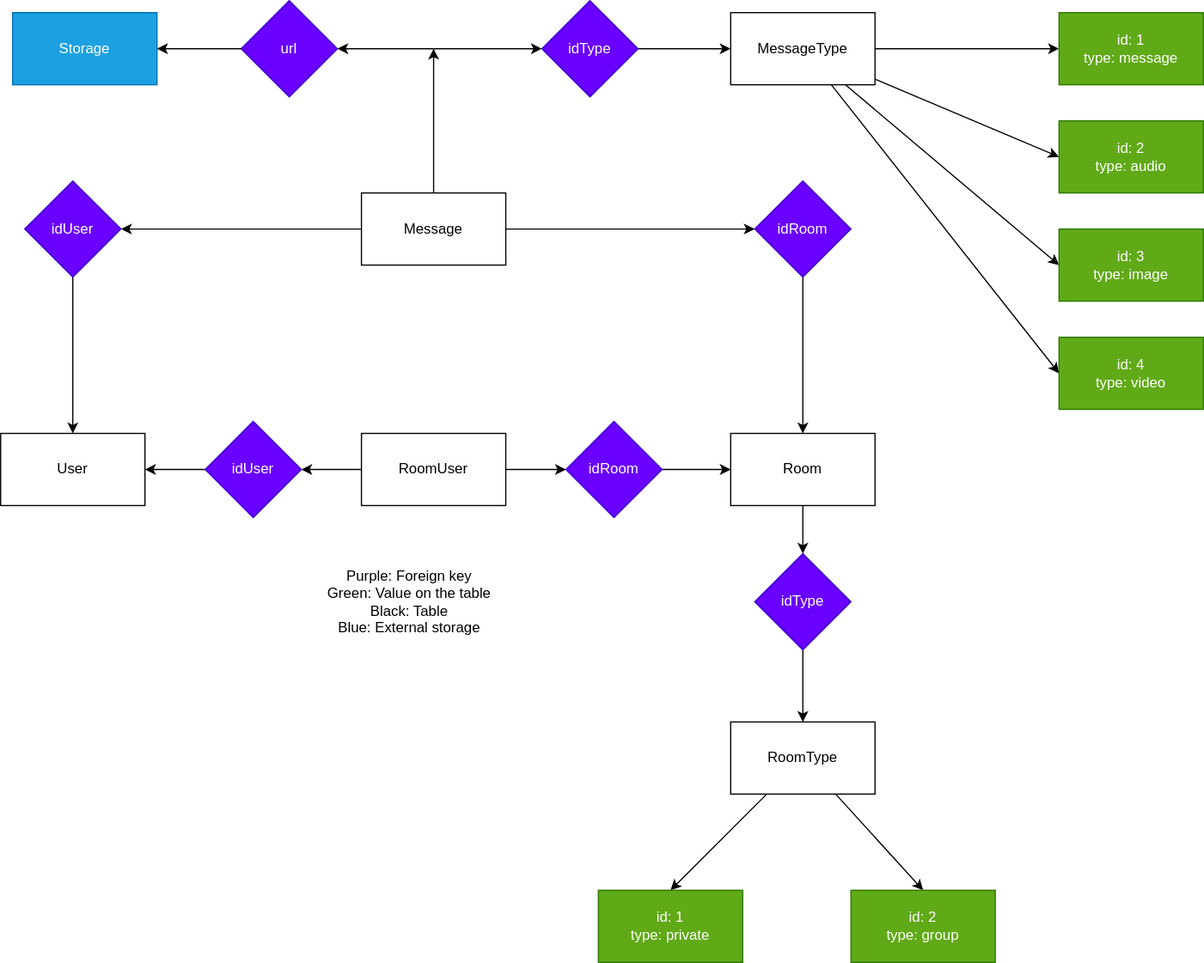
Estikno/KyodoBackend keeps this draw.io diagram as dbDiagram.drawio.svg. Above is the earlier version. Source tidied: cells renumbered, new cells last; positions are measured from the earlier drawing's top-left corner, leaving out a move shared by most shapes.
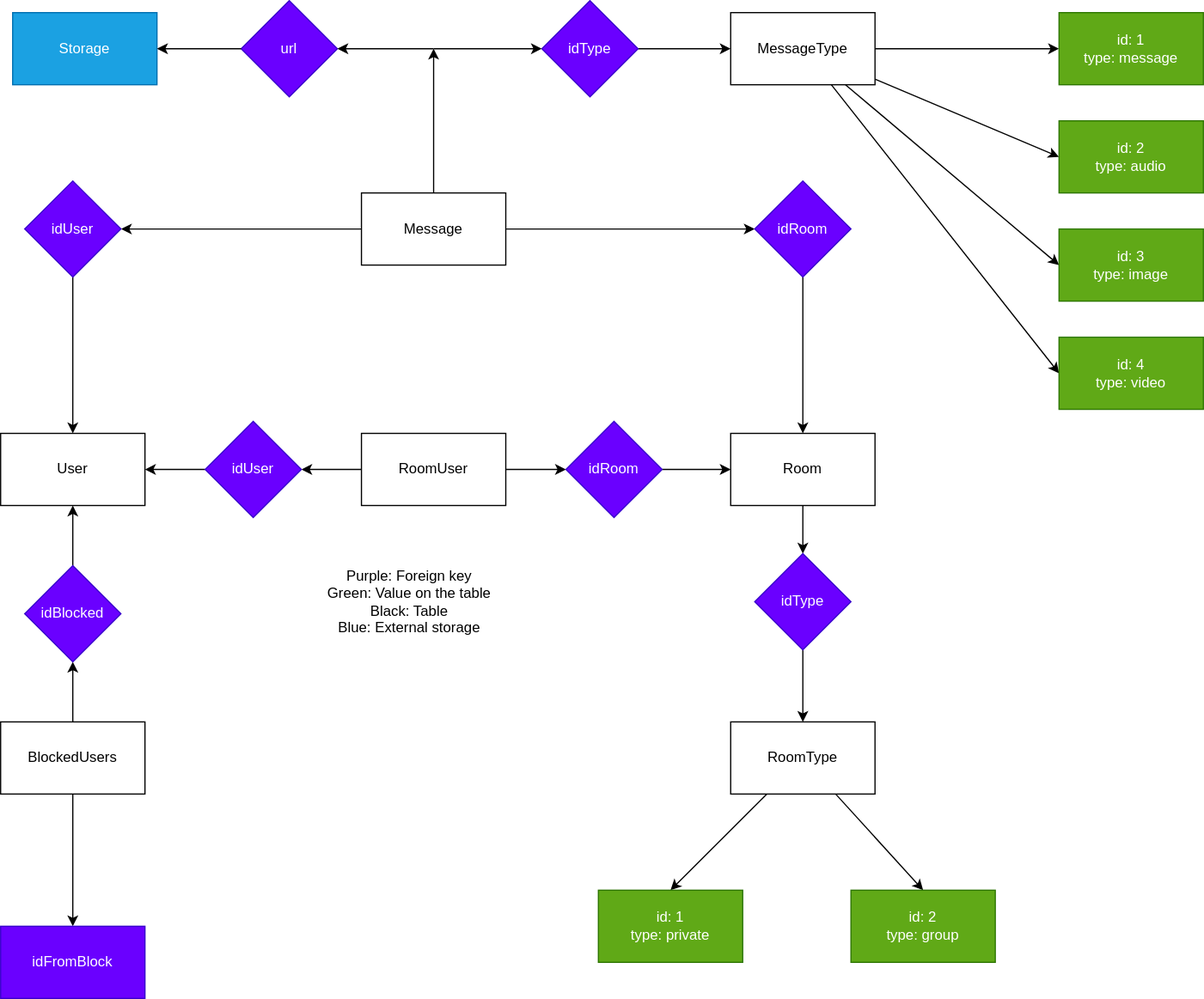
After the commit.

Diff of the diagram source:
```diff
@@ -134,5 +134,23 @@
         <mxPoint x="360" y="40" as="sourcePoint" />
       </mxGeometry>
     </mxCell>
+    <mxCell id="44" style="edgeStyle=none;html=1;entryX=0.5;entryY=0;entryDx=0;entryDy=0;" parent="1" edge="1" source="46" target="47">
+      <mxGeometry relative="1" as="geometry" />
+    </mxCell>
+    <mxCell id="45" style="edgeStyle=none;html=1;entryX=0.5;entryY=1;entryDx=0;entryDy=0;" parent="1" edge="1" source="46" target="49">
+      <mxGeometry relative="1" as="geometry" />
+    </mxCell>
+    <mxCell id="46" value="BlockedUsers" style="rounded=0;whiteSpace=wrap;html=1;" parent="1" vertex="1">
+      <mxGeometry y="600" width="120" height="60" as="geometry" />
+    </mxCell>
+    <mxCell id="47" value="idFromBlock" style="rounded=0;whiteSpace=wrap;html=1;fillColor=#6a00ff;fontColor=#ffffff;strokeColor=#3700CC;" parent="1" vertex="1">
+      <mxGeometry y="770" width="120" height="60" as="geometry" />
+    </mxCell>
+    <mxCell id="48" style="edgeStyle=none;html=1;entryX=0.5;entryY=1;entryDx=0;entryDy=0;" parent="1" edge="1" source="49" target="2">
+      <mxGeometry relative="1" as="geometry" />
+    </mxCell>
+    <mxCell id="49" value="idBlocked" style="rhombus;whiteSpace=wrap;html=1;fillColor=#6a00ff;fontColor=#ffffff;strokeColor=#3700CC;" parent="1" vertex="1">
+      <mxGeometry x="20" y="470" width="80" height="80" as="geometry" />
+    </mxCell>
   </root>
 </mxGraphModel>
```
